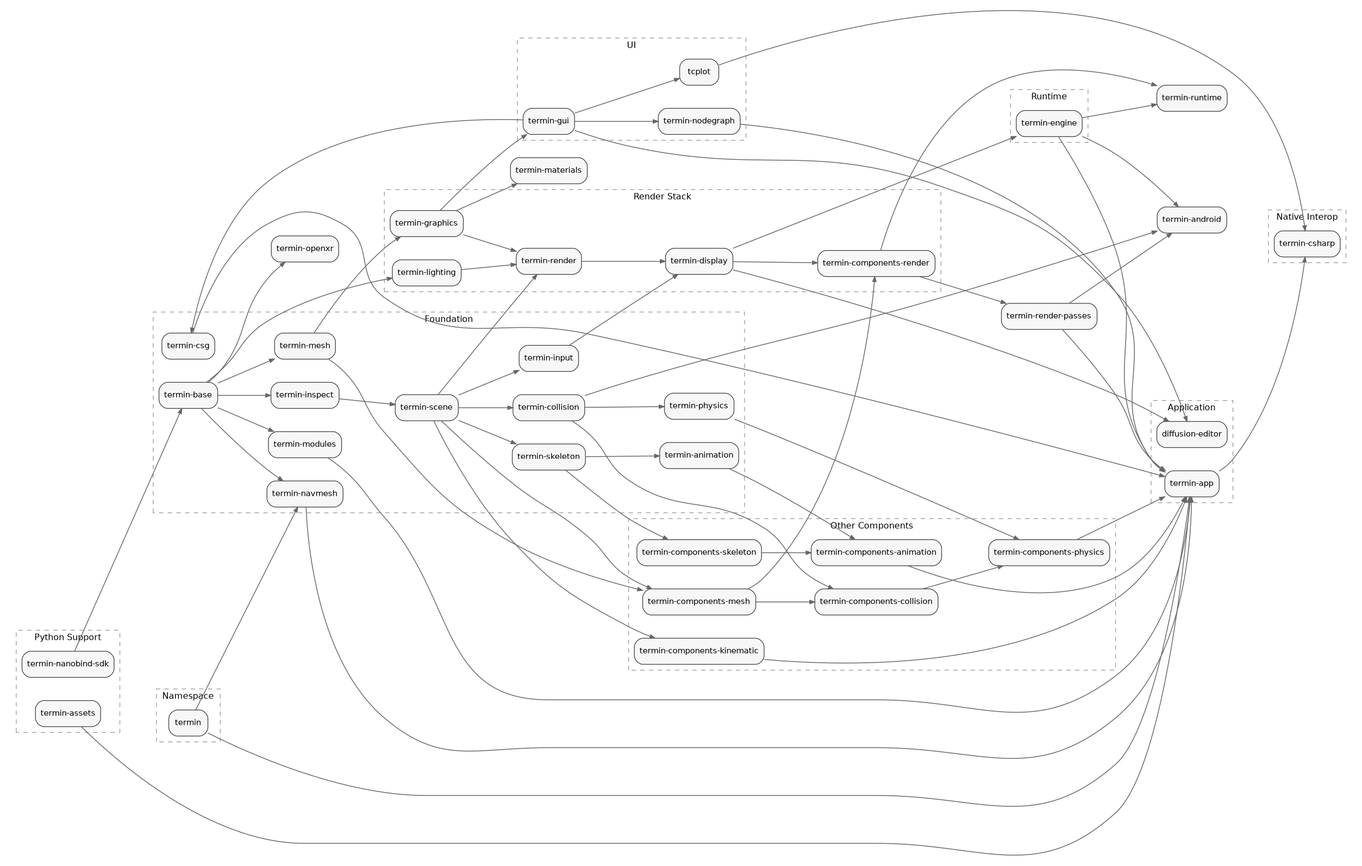
Before: docs/library-dependencies.png, a diagram exported from Graphviz (mirmik/termin). Its source is kept beside it as docs/library-dependencies.dot.
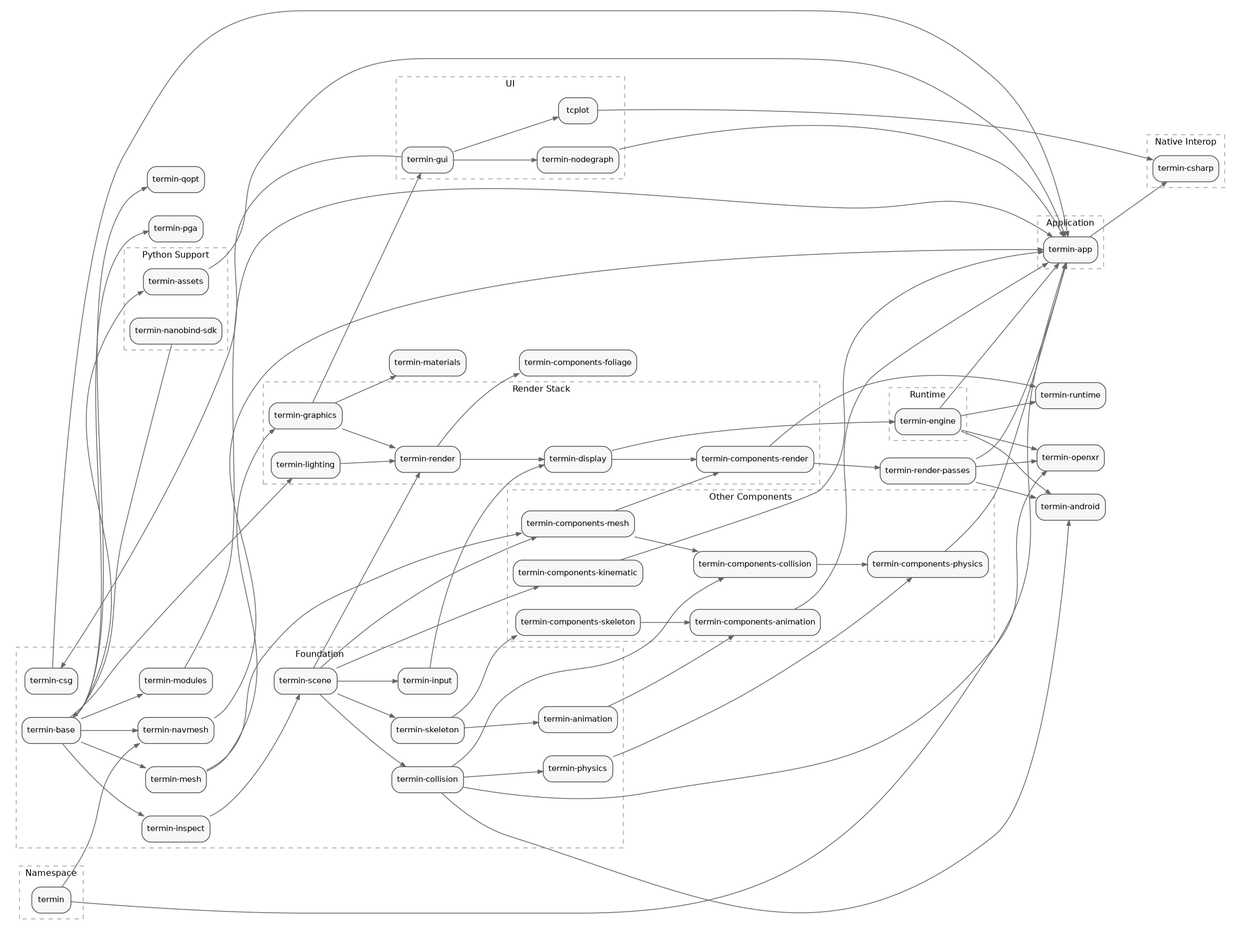
The same file after the commit.

What changed in the source:
```diff
@@ -26,7 +26,6 @@
 		color="#999999";
 		fontname="DejaVu Sans";
 		fontsize=12;
-		"diffusion-editor";
 		"termin-app";
 	}
 
@@ -134,8 +133,11 @@
 	}
 
 	"termin-android";
+	"termin-components-foliage";
 	"termin-materials";
 	"termin-openxr";
+	"termin-pga";
+	"termin-qopt";
 	"termin-render-passes";
 	"termin-runtime";
 
@@ -145,14 +147,17 @@
 	"termin-animation" -> "termin-components-animation";
 	"termin-app" -> "termin-csharp";
 	"termin-assets" -> "termin-app";
+	"termin-base" -> "termin-assets";
 	"termin-base" -> "termin-inspect";
 	"termin-base" -> "termin-lighting";
 	"termin-base" -> "termin-mesh";
 	"termin-base" -> "termin-modules";
 	"termin-base" -> "termin-navmesh";
-	"termin-base" -> "termin-openxr";
+	"termin-base" -> "termin-pga";
+	"termin-base" -> "termin-qopt";
 	"termin-collision" -> "termin-android";
 	"termin-collision" -> "termin-components-collision";
+	"termin-collision" -> "termin-openxr";
 	"termin-collision" -> "termin-physics";
 	"termin-components-animation" -> "termin-app";
 	"termin-components-collision" -> "termin-components-physics";
@@ -164,16 +169,15 @@
 	"termin-components-render" -> "termin-runtime";
 	"termin-components-skeleton" -> "termin-components-animation";
 	"termin-csg" -> "termin-app";
-	"termin-display" -> "diffusion-editor";
 	"termin-display" -> "termin-components-render";
 	"termin-display" -> "termin-engine";
 	"termin-engine" -> "termin-android";
 	"termin-engine" -> "termin-app";
+	"termin-engine" -> "termin-openxr";
 	"termin-engine" -> "termin-runtime";
 	"termin-graphics" -> "termin-gui";
 	"termin-graphics" -> "termin-materials";
 	"termin-graphics" -> "termin-render";
-	"termin-gui" -> "diffusion-editor";
 	"termin-gui" -> "tcplot";
 	"termin-gui" -> "termin-csg";
 	"termin-gui" -> "termin-nodegraph";
@@ -187,9 +191,11 @@
 	"termin-navmesh" -> "termin-app";
 	"termin-nodegraph" -> "termin-app";
 	"termin-physics" -> "termin-components-physics";
+	"termin-render" -> "termin-components-foliage";
 	"termin-render" -> "termin-display";
 	"termin-render-passes" -> "termin-android";
 	"termin-render-passes" -> "termin-app";
+	"termin-render-passes" -> "termin-openxr";
 	"termin-scene" -> "termin-collision";
 	"termin-scene" -> "termin-components-kinematic";
 	"termin-scene" -> "termin-components-mesh";
```
